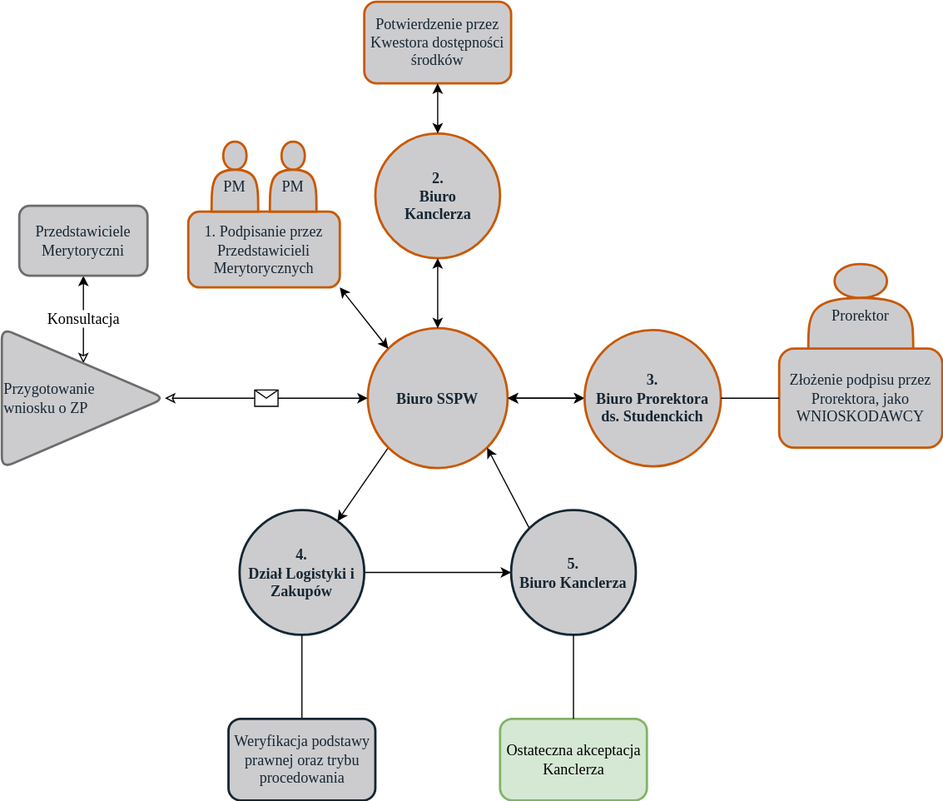
Before: Kopia Rysunek wniosek.svg, a diagram exported from draw.io (WelfareUnit/rysunki). Source tidied: cells renumbered, new cells last; positions are measured from the earlier drawing's top-left corner, leaving out a move shared by most shapes.
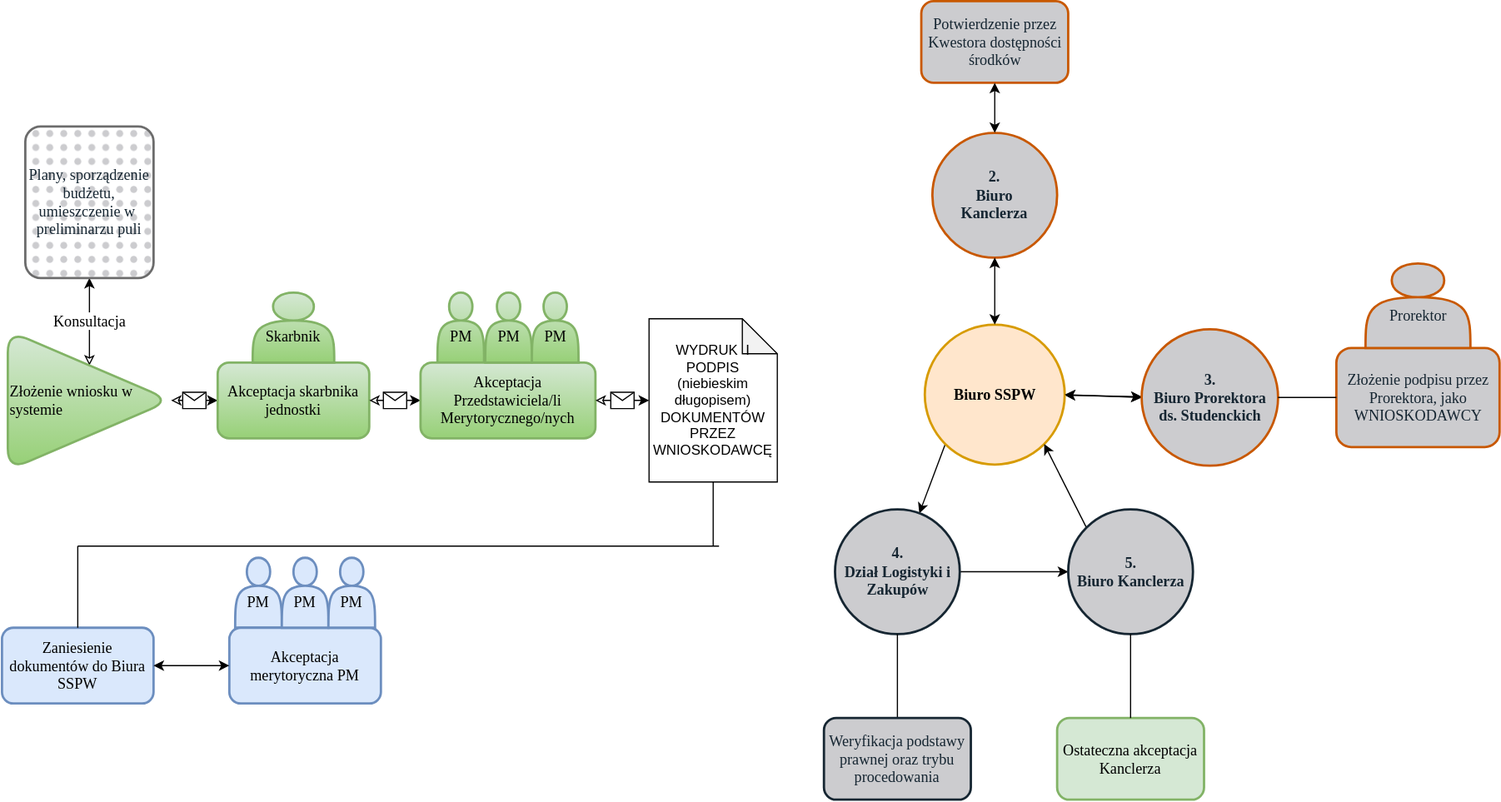
The same file after the commit.

Commit message:
juz polowa wniosku

Change to the diagram source:
```diff
@@ -7,3 +7,3 @@
     </mxCell>
-    <mxCell id="3" value="Przygotowanie &lt;br&gt;wniosku o ZP" style="triangle;whiteSpace=wrap;html=1;fontFamily=Source Sans 3;align=left;strokeWidth=2;rounded=1;fillColor=#cccccf;strokeColor=#6C6C6C;fontColor=#162632;fontSize=13;fontSource=https%3A%2F%2Ffonts.googleapis.com%2Fcss%3Ffamily%3DSource%2BSans%2B3;" parent="1" vertex="1">
+    <mxCell id="3" value="Złożenie wniosku w systemie" style="triangle;whiteSpace=wrap;html=1;fontFamily=Source Sans 3;align=left;strokeWidth=2;rounded=1;fillColor=#d5e8d4;strokeColor=#82b366;fontSize=13;fontSource=https%3A%2F%2Ffonts.googleapis.com%2Fcss%3Ffamily%3DSource%2BSans%2B3;arcSize=38;gradientColor=#97d077;" parent="1" vertex="1">
       <mxGeometry y="280" width="140" height="120" as="geometry" />
@@ -16,9 +16,9 @@
     </mxCell>
-    <mxCell id="6" value="&lt;div style=&quot;font-size: 13px;&quot;&gt;Biuro SSPW&lt;br style=&quot;font-size: 13px;&quot;&gt;&lt;/div&gt;" style="ellipse;whiteSpace=wrap;html=1;rounded=1;fontFamily=Source Sans 3;fontSize=13;strokeWidth=2;fillColor=#CCCCCF;align=center;strokeColor=#C85800;fontStyle=1;fontColor=#162632;fontSource=https%3A%2F%2Ffonts.googleapis.com%2Fcss%3Ffamily%3DSource%2BSans%2B3;" parent="1" vertex="1">
-      <mxGeometry x="314" y="280" width="120" height="120" as="geometry" />
+    <mxCell id="6" value="&lt;div style=&quot;font-size: 13px;&quot;&gt;Biuro SSPW&lt;br style=&quot;font-size: 13px;&quot;&gt;&lt;/div&gt;" style="ellipse;whiteSpace=wrap;html=1;rounded=1;fontFamily=Source Sans 3;fontSize=13;strokeWidth=2;fillColor=#ffe6cc;align=center;strokeColor=#d79b00;fontStyle=1;fontSource=https%3A%2F%2Ffonts.googleapis.com%2Fcss%3Ffamily%3DSource%2BSans%2B3;" parent="1" vertex="1">
+      <mxGeometry x="786.5" y="275" width="120" height="120" as="geometry" />
     </mxCell>
-    <mxCell id="7" value="Przedstawiciele Merytoryczni" style="rounded=1;whiteSpace=wrap;html=1;fontFamily=Source Sans 3;fontSize=13;strokeColor=#6C6C6C;strokeWidth=2;fillColor=#CCCCCF;align=center;fontColor=#162632;fontSource=https%3A%2F%2Ffonts.googleapis.com%2Fcss%3Ffamily%3DSource%2BSans%2B3;" parent="1" vertex="1">
-      <mxGeometry x="15" y="175" width="110" height="60" as="geometry" />
+    <mxCell id="7" value="&lt;div align=&quot;center&quot;&gt;Plany, sporządzenie budżetu, umieszczenie w&amp;nbsp; preliminarzu puli&lt;br&gt;&lt;/div&gt;" style="rounded=1;whiteSpace=wrap;html=1;fontFamily=Source Sans 3;fontSize=13;strokeColor=#6C6C6C;strokeWidth=2;fillColor=#CCCCCF;align=center;fontColor=#162632;fontSource=https%3A%2F%2Ffonts.googleapis.com%2Fcss%3Ffamily%3DSource%2BSans%2B3;gradientColor=none;fillStyle=dots;arcSize=12;" parent="1" vertex="1">
+      <mxGeometry x="15" y="105" width="110" height="130" as="geometry" />
     </mxCell>
-    <mxCell id="8" style="endArrow=classic;html=1;fontFamily=Source Sans 3;fontSize=13;fontColor=#162632;exitX=1;exitY=0.5;exitDx=0;exitDy=0;entryX=0;entryY=0.5;entryDx=0;entryDy=0;startArrow=classic;startFill=0;fontSource=https%3A%2F%2Ffonts.googleapis.com%2Fcss%3Ffamily%3DSource%2BSans%2B3;" parent="1" edge="1" source="3" target="6">
+    <mxCell id="8" style="endArrow=classic;html=1;fontFamily=Source Sans 3;fontSize=13;fontColor=#162632;exitX=1;exitY=0.5;exitDx=0;exitDy=0;entryX=0;entryY=0.5;entryDx=0;entryDy=0;startArrow=classic;startFill=0;fontSource=https%3A%2F%2Ffonts.googleapis.com%2Fcss%3Ffamily%3DSource%2BSans%2B3;" parent="1" edge="1" source="3" target="11">
       <mxGeometry relative="1" as="geometry" />
@@ -30,7 +30,4 @@
     </mxCell>
-    <mxCell id="10" style="endArrow=classic;startArrow=classic;html=1;fontFamily=Source Sans 3;fontSize=13;fontColor=#162632;entryX=1;entryY=1;entryDx=0;entryDy=0;exitX=0;exitY=0;exitDx=0;exitDy=0;fontSource=https%3A%2F%2Ffonts.googleapis.com%2Fcss%3Ffamily%3DSource%2BSans%2B3;" parent="1" edge="1" source="6" target="11">
-      <mxGeometry relative="1" as="geometry" />
-    </mxCell>
-    <mxCell id="11" value="1. Podpisanie przez Przedstawicieli Merytorycznych" style="rounded=1;whiteSpace=wrap;html=1;fontFamily=Source Sans 3;fontSize=13;fontColor=#162632;strokeWidth=2;fillColor=#CCCCCF;align=center;strokeColor=#C85800;labelPosition=center;verticalLabelPosition=middle;verticalAlign=middle;fontSource=https%3A%2F%2Ffonts.googleapis.com%2Fcss%3Ffamily%3DSource%2BSans%2B3;" parent="1" vertex="1">
-      <mxGeometry x="160" y="180" width="130" height="65" as="geometry" />
+    <mxCell id="11" value="Akceptacja skarbnika jednostki" style="rounded=1;whiteSpace=wrap;html=1;fontFamily=Source Sans 3;fontSize=13;strokeWidth=2;fillColor=#d5e8d4;align=center;strokeColor=#82b366;labelPosition=center;verticalLabelPosition=middle;verticalAlign=middle;fontSource=https%3A%2F%2Ffonts.googleapis.com%2Fcss%3Ffamily%3DSource%2BSans%2B3;gradientColor=#97d077;" parent="1" vertex="1">
+      <mxGeometry x="180" y="307.5" width="130" height="65" as="geometry" />
     </mxCell>
@@ -40,3 +37,3 @@
     <mxCell id="13" value="&lt;div style=&quot;font-size: 13px;&quot;&gt;2. &lt;br style=&quot;font-size: 13px;&quot;&gt;&lt;/div&gt;&lt;div style=&quot;font-size: 13px;&quot;&gt;Biuro&lt;/div&gt;&lt;div style=&quot;font-size: 13px;&quot;&gt;Kanclerza&lt;/div&gt;" style="ellipse;whiteSpace=wrap;html=1;rounded=1;fontFamily=Source Sans 3;fontSize=13;fontColor=#162632;strokeColor=#C85800;strokeWidth=2;fillColor=#CCCCCF;align=center;fontStyle=1;fontSource=https%3A%2F%2Ffonts.googleapis.com%2Fcss%3Ffamily%3DSource%2BSans%2B3;" parent="1" vertex="1">
-      <mxGeometry x="320.5" y="113" width="107" height="107" as="geometry" />
+      <mxGeometry x="793" y="110.5" width="107" height="107" as="geometry" />
     </mxCell>
@@ -46,3 +43,3 @@
     <mxCell id="15" value="Potwierdzenie przez Kwestora dostępności środków" style="rounded=1;whiteSpace=wrap;html=1;fontFamily=Source Sans 3;fontSize=13;fontColor=#162632;strokeColor=#C85800;strokeWidth=2;fillColor=#CCCCCF;align=center;fontSource=https%3A%2F%2Ffonts.googleapis.com%2Fcss%3Ffamily%3DSource%2BSans%2B3;" parent="1" vertex="1">
-      <mxGeometry x="311" width="126" height="70" as="geometry" />
+      <mxGeometry x="783.5" y="-2.5" width="126" height="70" as="geometry" />
     </mxCell>
@@ -52,6 +49,6 @@
     <mxCell id="17" value="&lt;div style=&quot;font-size: 13px;&quot;&gt;3.&lt;/div&gt;&lt;div style=&quot;font-size: 13px;&quot;&gt;Biuro Prorektora &lt;br style=&quot;font-size: 13px;&quot;&gt;ds. Studenckich&lt;/div&gt;" style="ellipse;whiteSpace=wrap;html=1;rounded=1;fontFamily=Source Sans 3;fontSize=13;fontColor=#162632;strokeColor=#C85800;strokeWidth=2;fillColor=#CCCCCF;align=center;fontStyle=1;fontSource=https%3A%2F%2Ffonts.googleapis.com%2Fcss%3Ffamily%3DSource%2BSans%2B3;" parent="1" vertex="1">
-      <mxGeometry x="500" y="281.5" width="117" height="117" as="geometry" />
+      <mxGeometry x="972.5" y="279" width="117" height="117" as="geometry" />
     </mxCell>
     <mxCell id="18" value="Złożenie podpisu przez Prorektora, jako WNIOSKODAWCY" style="rounded=1;whiteSpace=wrap;html=1;fontFamily=Source Sans 3;fontSize=13;fontColor=#162632;strokeColor=#C85800;strokeWidth=2;fillColor=#CCCCCF;align=center;fontSource=https%3A%2F%2Ffonts.googleapis.com%2Fcss%3Ffamily%3DSource%2BSans%2B3;" parent="1" vertex="1">
-      <mxGeometry x="667" y="297.5" width="140" height="85" as="geometry" />
+      <mxGeometry x="1139.5" y="295" width="140" height="85" as="geometry" />
     </mxCell>
@@ -61,3 +58,3 @@
     <mxCell id="20" value="&lt;div style=&quot;font-size: 13px;&quot;&gt;&lt;br style=&quot;font-size: 13px;&quot;&gt;&lt;/div&gt;&lt;div style=&quot;font-size: 13px;&quot;&gt;Prorektor&lt;/div&gt;" style="shape=actor;whiteSpace=wrap;html=1;rounded=1;fontFamily=Source Sans 3;fontSize=13;fontColor=#162632;strokeColor=#C85800;strokeWidth=2;fillColor=#CCCCCF;align=center;fontSource=https%3A%2F%2Ffonts.googleapis.com%2Fcss%3Ffamily%3DSource%2BSans%2B3;" parent="1" vertex="1">
-      <mxGeometry x="692" y="225" width="90" height="72.5" as="geometry" />
+      <mxGeometry x="1164.5" y="222.5" width="90" height="72.5" as="geometry" />
     </mxCell>
@@ -67,3 +64,3 @@
     <mxCell id="22" value="&lt;div style=&quot;font-size: 13px;&quot;&gt;4.&lt;/div&gt;&lt;div style=&quot;font-size: 13px;&quot;&gt;Dział Logistyki i Zakupów&lt;/div&gt;" style="ellipse;whiteSpace=wrap;html=1;rounded=1;fontFamily=Source Sans 3;fontSize=13;fontColor=#162632;strokeWidth=2;fillColor=#CCCCCF;align=center;fontStyle=1;strokeColor=#162632;fontSource=https%3A%2F%2Ffonts.googleapis.com%2Fcss%3Ffamily%3DSource%2BSans%2B3;" parent="1" vertex="1">
-      <mxGeometry x="204" y="436" width="107" height="107" as="geometry" />
+      <mxGeometry x="709.5" y="433.5" width="107" height="107" as="geometry" />
     </mxCell>
@@ -73,12 +70,9 @@
     <mxCell id="24" value="&lt;div style=&quot;font-size: 13px;&quot;&gt;5.&lt;/div&gt;&lt;div style=&quot;font-size: 13px;&quot;&gt;Biuro Kanclerza&lt;/div&gt;" style="ellipse;whiteSpace=wrap;html=1;rounded=1;fontFamily=Source Sans 3;fontSize=13;fontColor=#162632;strokeWidth=2;fillColor=#CCCCCF;align=center;fontStyle=1;strokeColor=#162632;fontSource=https%3A%2F%2Ffonts.googleapis.com%2Fcss%3Ffamily%3DSource%2BSans%2B3;" parent="1" vertex="1">
-      <mxGeometry x="437" y="436" width="107" height="107" as="geometry" />
+      <mxGeometry x="909.5" y="433.5" width="107" height="107" as="geometry" />
     </mxCell>
-    <mxCell id="25" value="&lt;div style=&quot;font-size: 13px;&quot;&gt;&lt;br style=&quot;font-size: 13px;&quot;&gt;&lt;/div&gt;&lt;div style=&quot;font-size: 13px;&quot;&gt;PM&lt;/div&gt;" style="shape=actor;whiteSpace=wrap;html=1;rounded=1;fontFamily=Source Sans 3;fontSize=13;fontColor=#162632;strokeColor=#C85800;strokeWidth=2;fillColor=#CCCCCF;align=center;fontSource=https%3A%2F%2Ffonts.googleapis.com%2Fcss%3Ffamily%3DSource%2BSans%2B3;" parent="1" vertex="1">
-      <mxGeometry x="230" y="120" width="40" height="60" as="geometry" />
+    <mxCell id="25" value="&lt;div style=&quot;font-size: 13px;&quot;&gt;&lt;br style=&quot;font-size: 13px;&quot;&gt;&lt;/div&gt;&lt;div style=&quot;font-size: 13px;&quot;&gt;Skarbnik&lt;/div&gt;" style="shape=actor;whiteSpace=wrap;html=1;rounded=1;fontFamily=Source Sans 3;fontSize=13;strokeColor=#82b366;strokeWidth=2;fillColor=#d5e8d4;align=center;fontSource=https%3A%2F%2Ffonts.googleapis.com%2Fcss%3Ffamily%3DSource%2BSans%2B3;gradientColor=#97d077;" parent="1" vertex="1">
+      <mxGeometry x="210" y="247.5" width="70" height="60" as="geometry" />
     </mxCell>
-    <mxCell id="26" value="&lt;div style=&quot;font-size: 13px;&quot;&gt;&lt;br style=&quot;font-size: 13px;&quot;&gt;&lt;/div&gt;&lt;div style=&quot;font-size: 13px;&quot;&gt;PM&lt;/div&gt;" style="shape=actor;whiteSpace=wrap;html=1;rounded=1;fontFamily=Source Sans 3;fontSize=13;fontColor=#162632;strokeColor=#C85800;strokeWidth=2;fillColor=#CCCCCF;align=center;fontSource=https%3A%2F%2Ffonts.googleapis.com%2Fcss%3Ffamily%3DSource%2BSans%2B3;" parent="1" vertex="1">
-      <mxGeometry x="180" y="120" width="40" height="60" as="geometry" />
-    </mxCell>
     <mxCell id="27" value="Ostateczna akceptacja Kanclerza" style="rounded=1;whiteSpace=wrap;html=1;fontFamily=Source Sans 3;fontSize=13;strokeColor=#82b366;strokeWidth=2;fillColor=#d5e8d4;align=center;fontSource=https%3A%2F%2Ffonts.googleapis.com%2Fcss%3Ffamily%3DSource%2BSans%2B3;" parent="1" vertex="1">
-      <mxGeometry x="427.5" y="615" width="126" height="70" as="geometry" />
+      <mxGeometry x="900" y="612.5" width="126" height="70" as="geometry" />
     </mxCell>
@@ -88,3 +82,3 @@
     <mxCell id="29" value="Weryfikacja podstawy prawnej oraz trybu procedowania" style="rounded=1;whiteSpace=wrap;html=1;fontFamily=Source Sans 3;fontSize=13;fontColor=#162632;strokeWidth=2;fillColor=#CCCCCF;align=center;strokeColor=#162632;fontSource=https%3A%2F%2Ffonts.googleapis.com%2Fcss%3Ffamily%3DSource%2BSans%2B3;" parent="1" vertex="1">
-      <mxGeometry x="194.5" y="615" width="126" height="70" as="geometry" />
+      <mxGeometry x="700" y="612.5" width="126" height="70" as="geometry" />
     </mxCell>
@@ -93,2 +87,73 @@
     </mxCell>
+    <mxCell id="31" style="endArrow=classic;html=1;fontFamily=Source Sans 3;fontSize=13;fontColor=#162632;exitX=1;exitY=0.5;exitDx=0;exitDy=0;entryX=0;entryY=0.5;entryDx=0;entryDy=0;startArrow=classic;startFill=0;fontSource=https%3A%2F%2Ffonts.googleapis.com%2Fcss%3Ffamily%3DSource%2BSans%2B3;" parent="1" edge="1" source="11" target="34">
+      <mxGeometry relative="1" as="geometry" />
+    </mxCell>
+    <mxCell id="32" style="shape=message;html=1;fontFamily=Source Sans 3;fontSource=https%3A%2F%2Ffonts.googleapis.com%2Fcss%3Ffamily%3DSource%2BSans%2B3;fontSize=13;" parent="31" vertex="1">
+      <mxGeometry width="20" height="14" relative="1" as="geometry">
+        <mxPoint x="-10" y="-7" as="offset" />
+      </mxGeometry>
+    </mxCell>
+    <mxCell id="33" style="group;" parent="1" vertex="1">
+      <mxGeometry x="354" y="247.5" width="150" height="125" as="geometry" />
+    </mxCell>
+    <mxCell id="26" value="&lt;div style=&quot;font-size: 13px;&quot;&gt;&lt;br style=&quot;font-size: 13px;&quot;&gt;&lt;/div&gt;&lt;div style=&quot;font-size: 13px;&quot;&gt;PM&lt;/div&gt;" style="shape=actor;whiteSpace=wrap;html=1;rounded=1;fontFamily=Source Sans 3;fontSize=13;strokeColor=#82b366;strokeWidth=2;fillColor=#d5e8d4;align=center;fontSource=https%3A%2F%2Ffonts.googleapis.com%2Fcss%3Ffamily%3DSource%2BSans%2B3;gradientColor=#97d077;" parent="33" vertex="1">
+      <mxGeometry x="14.5" width="40" height="60" as="geometry" />
+    </mxCell>
+    <mxCell id="34" value="Akceptacja Przedstawiciela/li Merytorycznego/nych" style="rounded=1;whiteSpace=wrap;html=1;fontFamily=Source Sans 3;fontSize=13;strokeWidth=2;fillColor=#d5e8d4;align=center;strokeColor=#82b366;labelPosition=center;verticalLabelPosition=middle;verticalAlign=middle;fontSource=https%3A%2F%2Ffonts.googleapis.com%2Fcss%3Ffamily%3DSource%2BSans%2B3;gradientColor=#97d077;" parent="33" vertex="1">
+      <mxGeometry y="60" width="150" height="65" as="geometry" />
+    </mxCell>
+    <mxCell id="35" value="&lt;div style=&quot;font-size: 13px;&quot;&gt;&lt;br style=&quot;font-size: 13px;&quot;&gt;&lt;/div&gt;&lt;div style=&quot;font-size: 13px;&quot;&gt;PM&lt;/div&gt;" style="shape=actor;whiteSpace=wrap;html=1;rounded=1;fontFamily=Source Sans 3;fontSize=13;strokeColor=#82b366;strokeWidth=2;fillColor=#d5e8d4;align=center;fontSource=https%3A%2F%2Ffonts.googleapis.com%2Fcss%3Ffamily%3DSource%2BSans%2B3;gradientColor=#97d077;" parent="33" vertex="1">
+      <mxGeometry x="55.5" width="40" height="60" as="geometry" />
+    </mxCell>
+    <mxCell id="36" value="&lt;div style=&quot;font-size: 13px;&quot;&gt;&lt;br style=&quot;font-size: 13px;&quot;&gt;&lt;/div&gt;&lt;div style=&quot;font-size: 13px;&quot;&gt;PM&lt;/div&gt;" style="shape=actor;whiteSpace=wrap;html=1;rounded=1;fontFamily=Source Sans 3;fontSize=13;strokeColor=#82b366;strokeWidth=2;fillColor=#d5e8d4;align=center;fontSource=https%3A%2F%2Ffonts.googleapis.com%2Fcss%3Ffamily%3DSource%2BSans%2B3;gradientColor=#97d077;" parent="33" vertex="1">
+      <mxGeometry x="95.5" width="40" height="60" as="geometry" />
+    </mxCell>
+    <mxCell id="37" value="WYDRUK&amp;nbsp; I PODPIS (niebieskim długopisem) DOKUMENTÓW PRZEZ WNIOSKODAWCĘ" style="shape=note;whiteSpace=wrap;html=1;backgroundOutline=1;darkOpacity=0.05;" parent="1" vertex="1">
+      <mxGeometry x="550" y="270" width="110" height="140" as="geometry" />
+    </mxCell>
+    <mxCell id="38" style="endArrow=classic;html=1;fontFamily=Source Sans 3;fontSize=13;fontColor=#162632;exitX=1;exitY=0.5;exitDx=0;exitDy=0;entryX=0;entryY=0.5;entryDx=0;entryDy=0;startArrow=classic;startFill=0;fontSource=https%3A%2F%2Ffonts.googleapis.com%2Fcss%3Ffamily%3DSource%2BSans%2B3;entryPerimeter=0;" parent="1" edge="1" source="34" target="37">
+      <mxGeometry relative="1" as="geometry" />
+    </mxCell>
+    <mxCell id="39" style="shape=message;html=1;fontFamily=Source Sans 3;fontSource=https%3A%2F%2Ffonts.googleapis.com%2Fcss%3Ffamily%3DSource%2BSans%2B3;fontSize=13;" parent="38" vertex="1">
+      <mxGeometry width="20" height="14" relative="1" as="geometry">
+        <mxPoint x="-10" y="-7" as="offset" />
+      </mxGeometry>
+    </mxCell>
+    <mxCell id="40" value="Zaniesienie dokumentów do Biura SSPW" style="rounded=1;whiteSpace=wrap;html=1;fontFamily=Source Sans 3;fontSize=13;strokeWidth=2;fillColor=#dae8fc;align=center;strokeColor=#6c8ebf;labelPosition=center;verticalLabelPosition=middle;verticalAlign=middle;fontSource=https%3A%2F%2Ffonts.googleapis.com%2Fcss%3Ffamily%3DSource%2BSans%2B3;" parent="1" vertex="1">
+      <mxGeometry x="-5" y="535" width="130" height="65" as="geometry" />
+    </mxCell>
+    <mxCell id="41" style="group;" parent="1" vertex="1">
+      <mxGeometry x="190" y="475" width="130" height="125" as="geometry" />
+    </mxCell>
+    <mxCell id="42" value="&lt;div style=&quot;font-size: 13px;&quot;&gt;&lt;br style=&quot;font-size: 13px;&quot;&gt;&lt;/div&gt;&lt;div style=&quot;font-size: 13px;&quot;&gt;PM&lt;/div&gt;" style="shape=actor;whiteSpace=wrap;html=1;rounded=1;fontFamily=Source Sans 3;fontSize=13;strokeColor=#6c8ebf;strokeWidth=2;fillColor=#dae8fc;align=center;fontSource=https%3A%2F%2Ffonts.googleapis.com%2Fcss%3Ffamily%3DSource%2BSans%2B3;" parent="41" vertex="1">
+      <mxGeometry x="5" width="40" height="60" as="geometry" />
+    </mxCell>
+    <mxCell id="43" value="Akceptacja merytoryczna PM" style="rounded=1;whiteSpace=wrap;html=1;fontFamily=Source Sans 3;fontSize=13;strokeWidth=2;fillColor=#dae8fc;align=center;strokeColor=#6c8ebf;labelPosition=center;verticalLabelPosition=middle;verticalAlign=middle;fontSource=https%3A%2F%2Ffonts.googleapis.com%2Fcss%3Ffamily%3DSource%2BSans%2B3;" parent="41" vertex="1">
+      <mxGeometry y="60" width="130" height="65" as="geometry" />
+    </mxCell>
+    <mxCell id="44" value="&lt;div style=&quot;font-size: 13px;&quot;&gt;&lt;br style=&quot;font-size: 13px;&quot;&gt;&lt;/div&gt;&lt;div style=&quot;font-size: 13px;&quot;&gt;PM&lt;/div&gt;" style="shape=actor;whiteSpace=wrap;html=1;rounded=1;fontFamily=Source Sans 3;fontSize=13;strokeColor=#6c8ebf;strokeWidth=2;fillColor=#dae8fc;align=center;fontSource=https%3A%2F%2Ffonts.googleapis.com%2Fcss%3Ffamily%3DSource%2BSans%2B3;" parent="41" vertex="1">
+      <mxGeometry x="45" width="40" height="60" as="geometry" />
+    </mxCell>
+    <mxCell id="45" value="&lt;div style=&quot;font-size: 13px;&quot;&gt;&lt;br style=&quot;font-size: 13px;&quot;&gt;&lt;/div&gt;&lt;div style=&quot;font-size: 13px;&quot;&gt;PM&lt;/div&gt;" style="shape=actor;whiteSpace=wrap;html=1;rounded=1;fontFamily=Source Sans 3;fontSize=13;strokeColor=#6c8ebf;strokeWidth=2;fillColor=#dae8fc;align=center;fontSource=https%3A%2F%2Ffonts.googleapis.com%2Fcss%3Ffamily%3DSource%2BSans%2B3;" parent="41" vertex="1">
+      <mxGeometry x="85" width="40" height="60" as="geometry" />
+    </mxCell>
+    <mxCell id="46" style="endArrow=classic;startArrow=classic;html=1;fontFamily=Source Sans 3;fontSize=13;fontColor=#162632;exitX=0;exitY=0.5;exitDx=0;exitDy=0;entryX=1;entryY=0.5;entryDx=0;entryDy=0;fontSource=https%3A%2F%2Ffonts.googleapis.com%2Fcss%3Ffamily%3DSource%2BSans%2B3;" parent="1" edge="1" source="43" target="40">
+      <mxGeometry relative="1" as="geometry" />
+    </mxCell>
+    <mxCell id="47" style="endArrow=none;html=1;rounded=0;entryX=0.5;entryY=1;entryDx=0;entryDy=0;entryPerimeter=0;" parent="1" edge="1" target="37">
+      <mxGeometry relative="1" as="geometry">
+        <mxPoint x="605" y="465" as="sourcePoint" />
+      </mxGeometry>
+    </mxCell>
+    <mxCell id="48" style="endArrow=none;html=1;rounded=0;" parent="1" edge="1">
+      <mxGeometry relative="1" as="geometry">
+        <mxPoint x="60" y="465" as="sourcePoint" />
+        <mxPoint x="610" y="465" as="targetPoint" />
+      </mxGeometry>
+    </mxCell>
+    <mxCell id="49" style="endArrow=none;html=1;rounded=0;exitX=0.5;exitY=0;exitDx=0;exitDy=0;" parent="1" edge="1" source="40">
+      <mxGeometry relative="1" as="geometry">
+        <mxPoint x="60" y="465" as="targetPoint" />
+      </mxGeometry>
+    </mxCell>
   </root>
```
